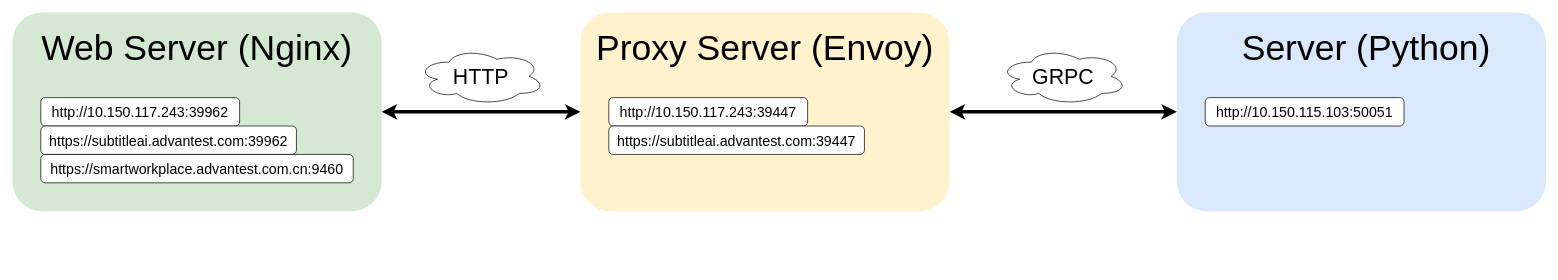
DAIMENGEN4/subtitle-webapp keeps this draw.io diagram as project-architecture.drawio. Above is the earlier version. Source tidied: cells renumbered, new cells numbered last; positions are measured from the earlier drawing's top-left corner, leaving out a move shared by most shapes. Both pictures are drawn from the tidied source at 71%, with x=0, y=0 at pixel (12, 12).
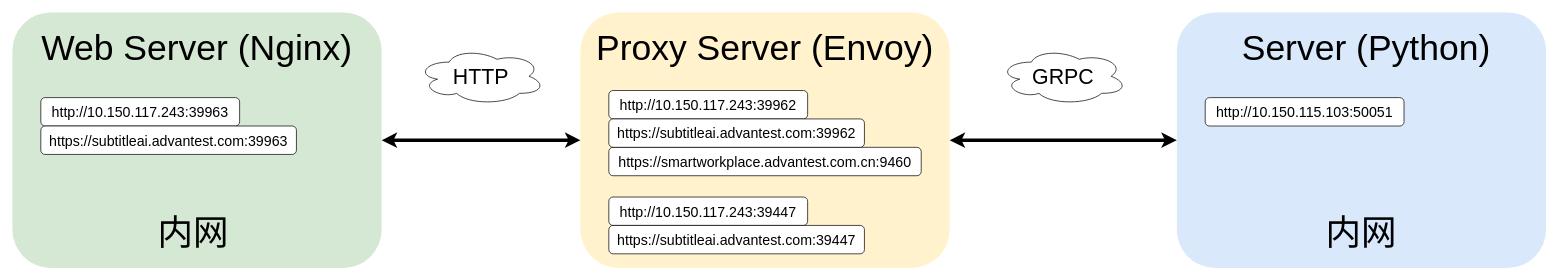
After the change.

Commit message (it also covers changes not shown here):
refactor(project-architecture): 更新项目架构图

- 调整了各个服务器和组件的位置
- 更新了服务器地址和端口号
- 增加了内网标识
- 优化了图表布局，提高了可读性

What changed in the source:
```diff
@@
+    <mxCell id="9" style="whiteSpace=wrap;html=1;fillColor=#fff2cc;strokeColor=none;rounded=1;" parent="1" vertex="1">
+      <mxGeometry x="800" width="520" height="360" as="geometry" />
+    </mxCell>
@@
     <mxCell id="3" style="whiteSpace=wrap;html=1;fillColor=#d5e8d4;strokeColor=none;rounded=1;" parent="1" vertex="1">
-      <mxGeometry width="520" height="280" as="geometry" />
+      <mxGeometry width="520" height="360" as="geometry" />
     </mxCell>
     <mxCell id="4" style="whiteSpace=wrap;html=1;fillColor=#dae8fc;strokeColor=none;rounded=1;" parent="1" vertex="1">
-      <mxGeometry x="1640" width="520" height="280" as="geometry" />
+      <mxGeometry x="1640" width="520" height="360" as="geometry" />
     </mxCell>
-    <mxCell id="5" value="&lt;font style=&quot;font-size: 20px;&quot;&gt;http://10.150.117.243:39962&lt;/font&gt;" style="rounded=1;whiteSpace=wrap;html=1;" parent="1" vertex="1">
+    <mxCell id="5" value="&lt;font style=&quot;font-size: 20px;&quot;&gt;http://10.150.117.243:39963&lt;/font&gt;" style="rounded=1;whiteSpace=wrap;html=1;" parent="1" vertex="1">
       <mxGeometry x="40" y="120" width="280" height="40" as="geometry" />
     </mxCell>
-    <mxCell id="6" value="&lt;font style=&quot;font-size: 20px;&quot;&gt;https://subtitleai.advantest.com:39962&lt;/font&gt;" style="rounded=1;whiteSpace=wrap;html=1;" parent="1" vertex="1">
+    <mxCell id="6" value="&lt;font style=&quot;font-size: 20px;&quot;&gt;https://subtitleai.advantest.com:39963&lt;/font&gt;" style="rounded=1;whiteSpace=wrap;html=1;" parent="1" vertex="1">
       <mxGeometry x="40" y="160" width="360" height="40" as="geometry" />
     </mxCell>
     <mxCell id="7" value="&lt;font style=&quot;font-size: 20px;&quot;&gt;https://smartworkplace.advantest.com.cn:9460&lt;/font&gt;" style="rounded=1;whiteSpace=wrap;html=1;" parent="1" vertex="1">
-      <mxGeometry x="40" y="200" width="440" height="40" as="geometry" />
+      <mxGeometry x="840" y="190" width="440" height="40" as="geometry" />
     </mxCell>
@@
-    <mxCell id="9" style="whiteSpace=wrap;html=1;fillColor=#fff2cc;strokeColor=none;rounded=1;" parent="1" vertex="1">
-      <mxGeometry x="800" width="520" height="280" as="geometry" />
-    </mxCell>
@@
     <mxCell id="11" value="&lt;font style=&quot;font-size: 20px;&quot;&gt;http://10.150.117.243:39447&lt;/font&gt;" style="rounded=1;whiteSpace=wrap;html=1;" parent="1" vertex="1">
-      <mxGeometry x="840" y="120" width="280" height="40" as="geometry" />
+      <mxGeometry x="840" y="260" width="280" height="40" as="geometry" />
     </mxCell>
     <mxCell id="12" value="&lt;font style=&quot;font-size: 20px;&quot;&gt;https://subtitleai.advantest.com:39447&lt;/font&gt;" style="rounded=1;whiteSpace=wrap;html=1;" parent="1" vertex="1">
-      <mxGeometry x="840" y="160" width="360" height="40" as="geometry" />
+      <mxGeometry x="840" y="300" width="360" height="40" as="geometry" />
     </mxCell>
@@
+    <mxCell id="18" value="&lt;font style=&quot;font-size: 20px;&quot;&gt;http://10.150.117.243:39962&lt;/font&gt;" style="rounded=1;whiteSpace=wrap;html=1;" parent="1" vertex="1">
+      <mxGeometry x="840" y="110" width="280" height="40" as="geometry" />
+    </mxCell>
+    <mxCell id="19" value="&lt;font style=&quot;font-size: 20px;&quot;&gt;https://subtitleai.advantest.com:39962&lt;/font&gt;" style="rounded=1;whiteSpace=wrap;html=1;" parent="1" vertex="1">
+      <mxGeometry x="840" y="150" width="360" height="40" as="geometry" />
+    </mxCell>
+    <mxCell id="20" value="&lt;font style=&quot;font-size: 50px;&quot;&gt;内网&lt;/font&gt;" style="text;html=1;strokeColor=none;fillColor=none;align=center;verticalAlign=middle;whiteSpace=wrap;rounded=0;" parent="1" vertex="1">
+      <mxGeometry x="20" y="290" width="470" height="40" as="geometry" />
+    </mxCell>
+    <mxCell id="21" value="&lt;font style=&quot;font-size: 50px;&quot;&gt;内网&lt;/font&gt;" style="text;html=1;strokeColor=none;fillColor=none;align=center;verticalAlign=middle;whiteSpace=wrap;rounded=0;" parent="1" vertex="1">
+      <mxGeometry x="1665" y="290" width="470" height="40" as="geometry" />
+    </mxCell>
```
